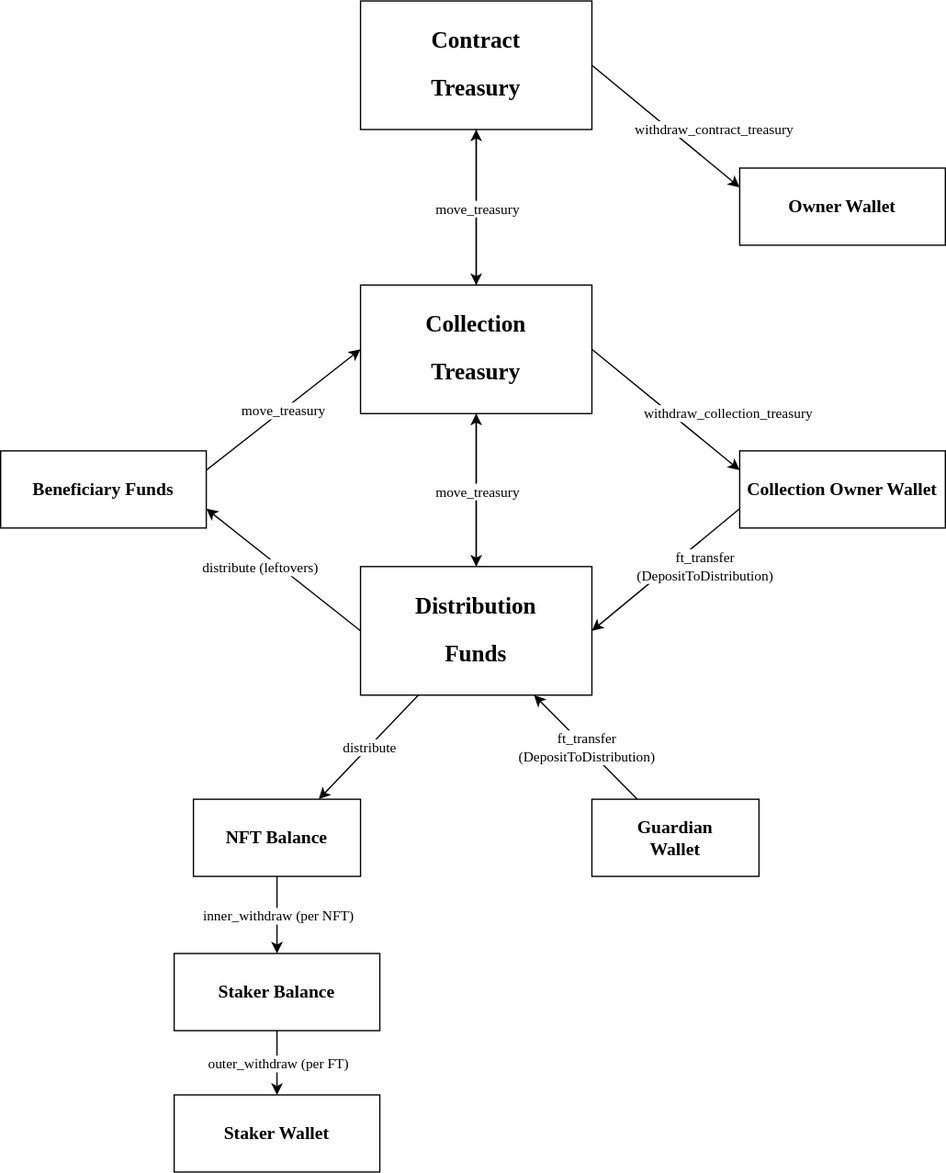
hack-a-chain-software/jump.project keeps this draw.io diagram as packages/contracts/nft_staking/docs/balances_and_operations_diagram.svg. Above is the earlier version. Source tidied: cells renumbered, new cells last; positions are measured from the earlier drawing's top-left corner, leaving out a move shared by most shapes.
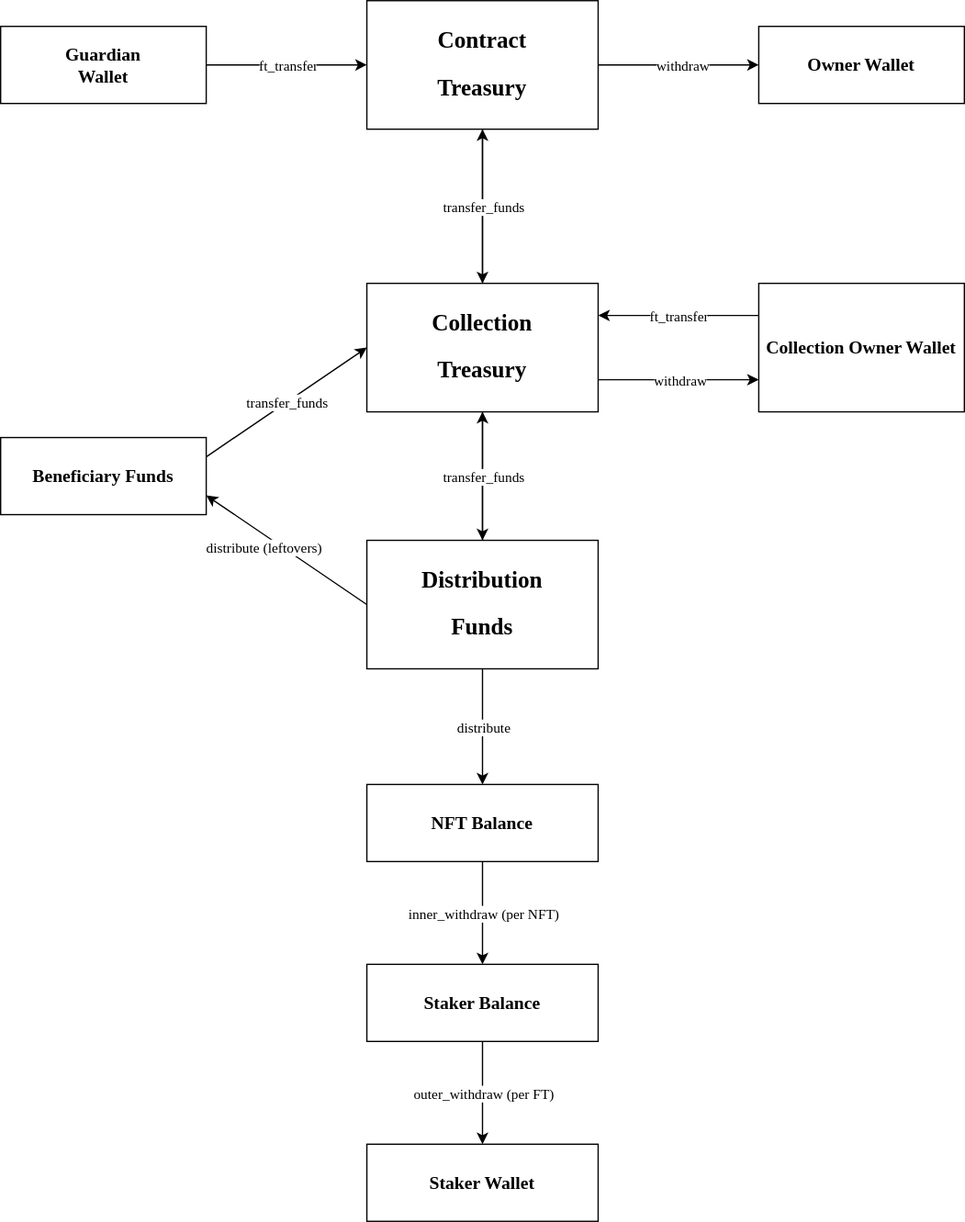
The same file after the commit.

Commit message:
docs(nft-staking): update balances and operations

What changed in the source:
```diff
@@ -3,24 +3,18 @@
     <mxCell id="0" />
     <mxCell id="1" parent="0" />
     <mxCell id="2" value="&lt;h2&gt;&lt;font&gt;Distribution&lt;/font&gt;&lt;/h2&gt;&lt;h2&gt;&lt;font&gt;Funds&lt;/font&gt;&lt;/h2&gt;" style="rounded=0;whiteSpace=wrap;html=1;fontFamily=Lucida Console;" parent="1" vertex="1">
-      <mxGeometry x="280" y="440" width="180" height="100" as="geometry" />
+      <mxGeometry x="280" y="420" width="180" height="100" as="geometry" />
     </mxCell>
     <mxCell id="3" value="&lt;h3&gt;&lt;font&gt;NFT Balance&lt;/font&gt;&lt;/h3&gt;" style="rounded=0;whiteSpace=wrap;html=1;fontFamily=Lucida Console;" parent="1" vertex="1">
-      <mxGeometry x="150" y="621" width="130" height="60" as="geometry" />
+      <mxGeometry x="280" y="610" width="180" height="60" as="geometry" />
     </mxCell>
-    <mxCell id="4" value="&lt;h3&gt;&lt;font&gt;Staker Balance&lt;/font&gt;&lt;/h3&gt;" style="rounded=0;whiteSpace=wrap;html=1;fontFamily=Lucida Console;" parent="1" vertex="1">
-      <mxGeometry x="135" y="741" width="160" height="60" as="geometry" />
-    </mxCell>
-    <mxCell id="5" value="&lt;h3&gt;&lt;font&gt;Staker Wallet&lt;/font&gt;&lt;/h3&gt;" style="rounded=0;whiteSpace=wrap;html=1;fontFamily=Lucida Console;" parent="1" vertex="1">
-      <mxGeometry x="135" y="851" width="160" height="60" as="geometry" />
-    </mxCell>
     <mxCell id="6" value="&lt;h2&gt;&lt;font&gt;Collection&lt;/font&gt;&lt;/h2&gt;&lt;h2&gt;&lt;font&gt;Treasury&lt;/font&gt;&lt;/h2&gt;" style="rounded=0;whiteSpace=wrap;html=1;fontFamily=Lucida Console;" parent="1" vertex="1">
-      <mxGeometry x="280" y="221" width="180" height="100" as="geometry" />
+      <mxGeometry x="280" y="220" width="180" height="100" as="geometry" />
     </mxCell>
     <mxCell id="7" value="&lt;h2&gt;&lt;font&gt;Contract&lt;/font&gt;&lt;/h2&gt;&lt;h2&gt;&lt;font&gt;Treasury&lt;/font&gt;&lt;/h2&gt;" style="rounded=0;whiteSpace=wrap;html=1;fontFamily=Lucida Console;" parent="1" vertex="1">
       <mxGeometry x="280" width="180" height="100" as="geometry" />
     </mxCell>
-    <mxCell id="8" style="endArrow=classic;html=1;rounded=0;fontFamily=Lucida Console;exitX=0.25;exitY=1;exitDx=0;exitDy=0;entryX=0.75;entryY=0;entryDx=0;entryDy=0;" parent="1" edge="1" source="2" target="3">
+    <mxCell id="8" style="endArrow=classic;html=1;rounded=0;fontFamily=Lucida Console;exitX=0.5;exitY=1;exitDx=0;exitDy=0;entryX=0.5;entryY=0;entryDx=0;entryDy=0;" parent="1" edge="1" source="2" target="3">
       <mxGeometry relative="1" as="geometry" />
     </mxCell>
     <mxCell id="9" value="distribute" style="edgeLabel;html=1;align=center;verticalAlign=middle;fontFamily=Lucida Console;" parent="8" vertex="1">
@@ -40,7 +34,7 @@
     <mxCell id="13" value="inner_withdraw (per NFT)" style="edgeLabel;html=1;align=center;verticalAlign=middle;fontFamily=Lucida Console;" parent="12" vertex="1">
       <mxGeometry relative="1" as="geometry" />
     </mxCell>
-    <mxCell id="14" style="endArrow=classic;html=1;rounded=0;fontFamily=Lucida Console;exitX=0.5;exitY=1;exitDx=0;exitDy=0;entryX=0.5;entryY=0;entryDx=0;entryDy=0;" parent="1" edge="1" source="4" target="5">
+    <mxCell id="14" style="endArrow=classic;html=1;rounded=0;fontFamily=Lucida Console;entryX=0.5;entryY=0;entryDx=0;entryDy=0;exitX=0.5;exitY=1;exitDx=0;exitDy=0;" parent="1" edge="1" source="4" target="5">
       <mxGeometry relative="1" as="geometry" />
     </mxCell>
     <mxCell id="15" value="outer_withdraw (per FT)" style="edgeLabel;html=1;align=center;verticalAlign=middle;fontFamily=Lucida Console;" parent="14" vertex="1">
@@ -52,55 +46,36 @@
     <mxCell id="17" style="endArrow=classic;html=1;rounded=0;fontFamily=Lucida Console;exitX=0.5;exitY=1;exitDx=0;exitDy=0;entryX=0.5;entryY=0;entryDx=0;entryDy=0;" parent="1" edge="1" source="6" target="2">
       <mxGeometry relative="1" as="geometry" />
     </mxCell>
-    <mxCell id="18" value="move_treasury" style="edgeLabel;html=1;align=center;verticalAlign=middle;fontFamily=Lucida Console;" parent="17" vertex="1">
+    <mxCell id="18" value="transfer_funds" style="edgeLabel;html=1;align=center;verticalAlign=middle;fontFamily=Lucida Console;" parent="17" vertex="1">
       <mxGeometry relative="1" as="geometry" />
     </mxCell>
     <mxCell id="19" value="&lt;h3&gt;&lt;font&gt;Collection Owner Wallet&lt;/font&gt;&lt;/h3&gt;" style="rounded=0;whiteSpace=wrap;html=1;fontFamily=Lucida Console;" parent="1" vertex="1">
-      <mxGeometry x="575" y="350" width="160" height="60" as="geometry" />
+      <mxGeometry x="585" y="220" width="160" height="100" as="geometry" />
     </mxCell>
-    <mxCell id="20" style="endArrow=classic;html=1;rounded=0;fontFamily=Lucida Console;exitX=0;exitY=0.75;exitDx=0;exitDy=0;entryX=1;entryY=0.5;entryDx=0;entryDy=0;" parent="1" edge="1" source="19" target="2">
-      <mxGeometry relative="1" as="geometry" />
-    </mxCell>
-    <mxCell id="21" value="ft_transfer&lt;br&gt;(DepositToDistribution)" style="edgeLabel;html=1;align=center;verticalAlign=middle;fontFamily=Lucida Console;" parent="20" vertex="1">
-      <mxGeometry relative="1" as="geometry">
-        <mxPoint x="30" y="-3" as="offset" />
-      </mxGeometry>
-    </mxCell>
-    <mxCell id="22" style="endArrow=classic;html=1;rounded=0;fontFamily=Lucida Console;exitX=1;exitY=0.5;exitDx=0;exitDy=0;entryX=0;entryY=0.25;entryDx=0;entryDy=0;" parent="1" edge="1" source="6" target="19">
-      <mxGeometry relative="1" as="geometry" />
-    </mxCell>
-    <mxCell id="23" value="withdraw_collection_treasury" style="edgeLabel;html=1;align=center;verticalAlign=middle;fontFamily=Lucida Console;" parent="22" vertex="1">
-      <mxGeometry relative="1" as="geometry">
-        <mxPoint x="48" y="3" as="offset" />
-      </mxGeometry>
-    </mxCell>
     <mxCell id="24" value="&lt;h3&gt;&lt;font&gt;Owner Wallet&lt;/font&gt;&lt;/h3&gt;" style="rounded=0;whiteSpace=wrap;html=1;fontFamily=Lucida Console;" parent="1" vertex="1">
-      <mxGeometry x="575" y="130" width="160" height="60" as="geometry" />
+      <mxGeometry x="585" y="20" width="160" height="60" as="geometry" />
     </mxCell>
-    <mxCell id="25" style="endArrow=classic;html=1;rounded=0;fontFamily=Lucida Console;entryX=0;entryY=0.25;entryDx=0;entryDy=0;exitX=1;exitY=0.5;exitDx=0;exitDy=0;" parent="1" edge="1" source="7" target="24">
+    <mxCell id="25" style="endArrow=classic;html=1;rounded=0;fontFamily=Lucida Console;entryX=0;entryY=0.5;entryDx=0;entryDy=0;exitX=1;exitY=0.5;exitDx=0;exitDy=0;" parent="1" edge="1" source="7" target="24">
       <mxGeometry relative="1" as="geometry" />
     </mxCell>
-    <mxCell id="26" value="withdraw_contract_treasury" style="edgeLabel;html=1;align=center;verticalAlign=middle;fontFamily=Lucida Console;" parent="25" vertex="1">
+    <mxCell id="26" value="withdraw" style="edgeLabel;html=1;align=center;verticalAlign=middle;fontFamily=Lucida Console;" parent="25" vertex="1">
       <mxGeometry relative="1" as="geometry">
-        <mxPoint x="37" y="2" as="offset" />
+        <mxPoint x="2" as="offset" />
       </mxGeometry>
     </mxCell>
-    <mxCell id="27" value="&lt;h3&gt;&lt;font&gt;Guardian&lt;br&gt;Wallet&lt;/font&gt;&lt;/h3&gt;" style="rounded=0;whiteSpace=wrap;html=1;fontFamily=Lucida Console;" parent="1" vertex="1">
-      <mxGeometry x="460" y="621" width="130" height="60" as="geometry" />
-    </mxCell>
-    <mxCell id="28" style="endArrow=classic;html=1;rounded=0;fontFamily=Lucida Console;entryX=0.75;entryY=1;entryDx=0;entryDy=0;" parent="1" edge="1" source="27" target="2">
+    <mxCell id="28" style="endArrow=classic;html=1;rounded=0;fontFamily=Lucida Console;entryX=0;entryY=0.5;entryDx=0;entryDy=0;exitX=1;exitY=0.5;exitDx=0;exitDy=0;" parent="1" edge="1" source="27" target="7">
       <mxGeometry relative="1" as="geometry" />
     </mxCell>
-    <mxCell id="29" value="ft_transfer&lt;br&gt;(DepositToDistribution)" style="edgeLabel;html=1;align=center;verticalAlign=middle;fontFamily=Lucida Console;" parent="28" vertex="1">
+    <mxCell id="29" value="ft_transfer" style="edgeLabel;html=1;align=center;verticalAlign=middle;fontFamily=Lucida Console;" parent="28" vertex="1">
       <mxGeometry relative="1" as="geometry" />
     </mxCell>
     <mxCell id="30" value="&lt;h3&gt;&lt;font&gt;Beneficiary&amp;nbsp;Funds&lt;/font&gt;&lt;/h3&gt;" style="rounded=0;whiteSpace=wrap;html=1;fontFamily=Lucida Console;" parent="1" vertex="1">
-      <mxGeometry y="350" width="160" height="60" as="geometry" />
+      <mxGeometry x="-5" y="340" width="160" height="60" as="geometry" />
     </mxCell>
     <mxCell id="31" style="endArrow=classic;html=1;rounded=0;entryX=0;entryY=0.5;entryDx=0;entryDy=0;exitX=1;exitY=0.25;exitDx=0;exitDy=0;" parent="1" edge="1" source="30" target="6">
       <mxGeometry relative="1" as="geometry" />
     </mxCell>
-    <mxCell id="32" value="move_treasury" style="edgeLabel;html=1;align=center;verticalAlign=middle;fontFamily=Lucida Console;" parent="31" vertex="1">
+    <mxCell id="32" value="transfer_funds" style="edgeLabel;html=1;align=center;verticalAlign=middle;fontFamily=Lucida Console;" parent="31" vertex="1">
       <mxGeometry relative="1" as="geometry" />
     </mxCell>
     <mxCell id="33" style="endArrow=classic;html=1;rounded=0;entryX=0.5;entryY=1;entryDx=0;entryDy=0;exitX=0.5;exitY=0;exitDx=0;exitDy=0;" parent="1" edge="1" source="6" target="7">
@@ -109,8 +84,29 @@
     <mxCell id="34" style="endArrow=classic;html=1;rounded=0;fontFamily=Lucida Console;exitX=0.5;exitY=1;exitDx=0;exitDy=0;entryX=0.5;entryY=0;entryDx=0;entryDy=0;" parent="1" edge="1" source="7" target="6">
       <mxGeometry relative="1" as="geometry" />
     </mxCell>
-    <mxCell id="35" value="move_treasury" style="edgeLabel;html=1;align=center;verticalAlign=middle;fontFamily=Lucida Console;" parent="34" vertex="1">
+    <mxCell id="35" value="transfer_funds" style="edgeLabel;html=1;align=center;verticalAlign=middle;fontFamily=Lucida Console;" parent="34" vertex="1">
       <mxGeometry relative="1" as="geometry" />
     </mxCell>
+    <mxCell id="36" style="endArrow=classic;html=1;rounded=0;exitX=0;exitY=0.25;exitDx=0;exitDy=0;entryX=1;entryY=0.25;entryDx=0;entryDy=0;" parent="1" edge="1" source="19" target="6">
+      <mxGeometry relative="1" as="geometry" />
+    </mxCell>
+    <mxCell id="37" value="ft_transfer" style="edgeLabel;html=1;align=center;verticalAlign=middle;fontFamily=Lucida Console;" parent="36" vertex="1">
+      <mxGeometry relative="1" as="geometry" />
+    </mxCell>
+    <mxCell id="22" style="endArrow=classic;html=1;rounded=0;exitX=1;exitY=0.75;exitDx=0;exitDy=0;entryX=0;entryY=0.75;entryDx=0;entryDy=0;" parent="1" edge="1" source="6" target="19">
+      <mxGeometry relative="1" as="geometry" />
+    </mxCell>
+    <mxCell id="38" value="withdraw" style="edgeLabel;html=1;align=center;verticalAlign=middle;fontFamily=Lucida Console;" parent="22" vertex="1">
+      <mxGeometry relative="1" as="geometry" />
+    </mxCell>
+    <mxCell id="4" value="&lt;h3&gt;Staker Balance&lt;/h3&gt;" style="rounded=0;whiteSpace=wrap;html=1;fontFamily=Lucida Console;" parent="1" vertex="1">
+      <mxGeometry x="280" y="750" width="180" height="60" as="geometry" />
+    </mxCell>
+    <mxCell id="5" value="&lt;h3&gt;Staker Wallet&lt;/h3&gt;" style="rounded=0;whiteSpace=wrap;html=1;fontFamily=Lucida Console;" parent="1" vertex="1">
+      <mxGeometry x="280" y="890" width="180" height="60" as="geometry" />
+    </mxCell>
+    <mxCell id="27" value="&lt;h3&gt;Guardian&lt;br&gt;Wallet&lt;/h3&gt;" style="rounded=0;whiteSpace=wrap;html=1;fontFamily=Lucida Console;" parent="1" vertex="1">
+      <mxGeometry x="-5" y="20" width="160" height="60" as="geometry" />
+    </mxCell>
   </root>
 </mxGraphModel>
```
